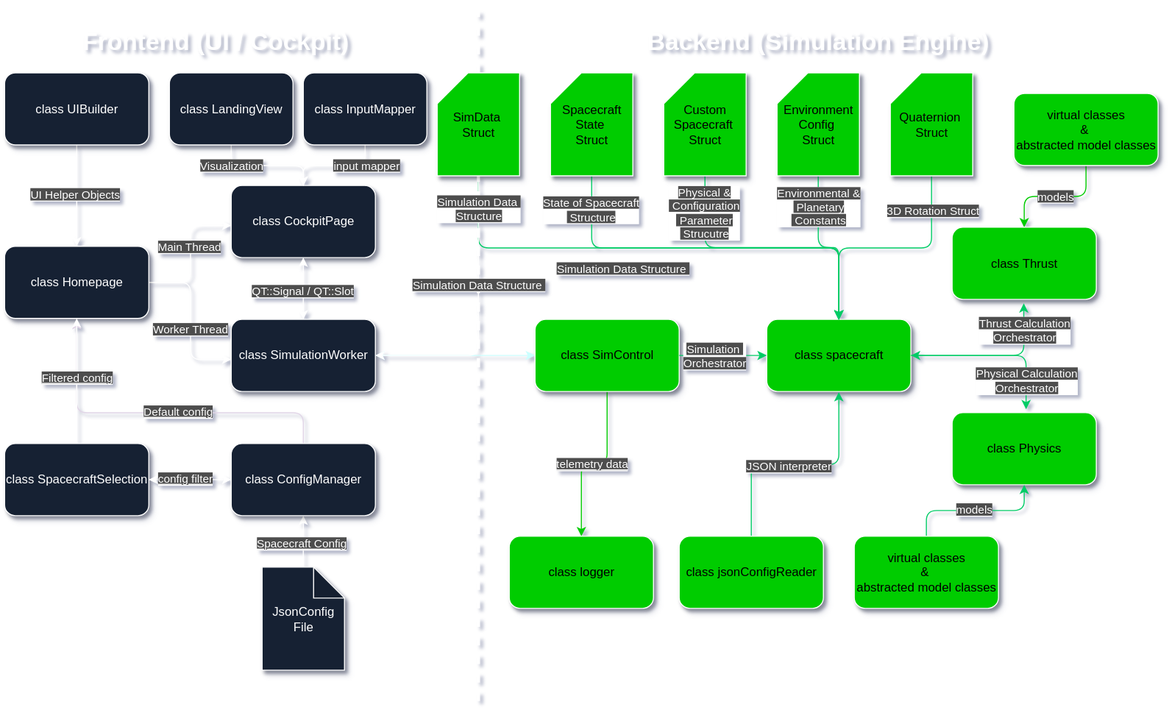
Before: static/img/architecture/architecture.drawio.svg, a diagram exported from draw.io (gerd-lrt-dev/aerospace-simulation). Source tidied: cells renumbered, new cells last; positions are measured from the earlier drawing's top-left corner, leaving out a move shared by most shapes.
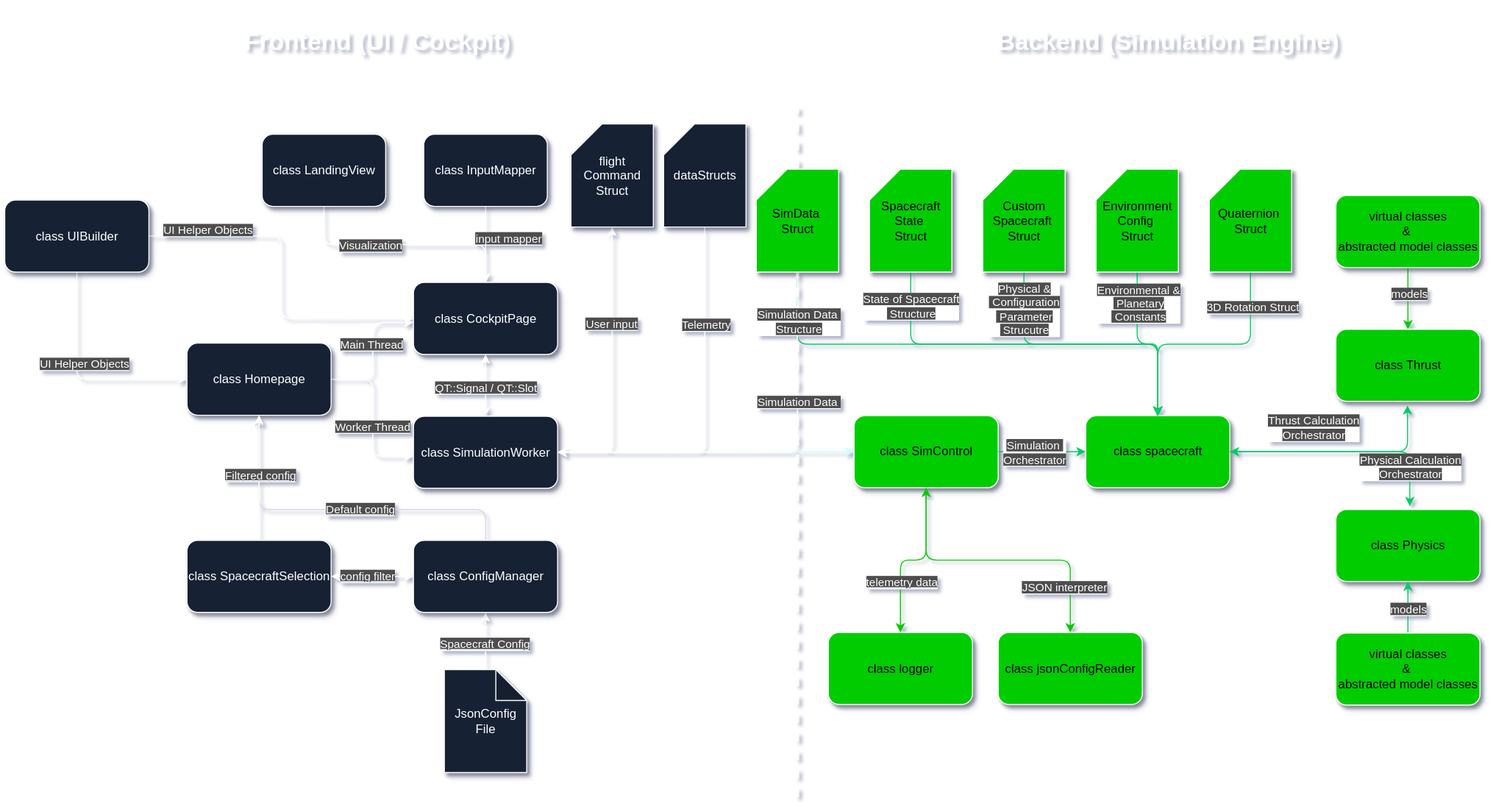
The same file after the commit.

Diff of the diagram source:
```diff
@@ -5,6 +5,6 @@
     <mxCell id="2" value="&lt;font style=&quot;color: rgb(255, 255, 255);&quot;&gt;class SimulationWorker&lt;/font&gt;" style="rounded=1;whiteSpace=wrap;html=1;strokeColor=#FFFFFF;fillColor=#162133;shadow=1;" parent="1" vertex="1">
-      <mxGeometry x="220" y="309.4" width="140" height="70" as="geometry" />
+      <mxGeometry x="397" y="413.9" width="140" height="70" as="geometry" />
     </mxCell>
     <mxCell id="3" value="&lt;font style=&quot;color: rgb(255, 255, 255);&quot;&gt;class CockpitPage&lt;/font&gt;" style="rounded=1;whiteSpace=wrap;html=1;strokeColor=#FFFFFF;fillColor=#162133;shadow=1;" parent="1" vertex="1">
-      <mxGeometry x="220" y="179.4" width="140" height="70" as="geometry" />
+      <mxGeometry x="397" y="283.9" width="140" height="70" as="geometry" />
     </mxCell>
@@ -12,3 +12,3 @@
       <mxGeometry relative="1" as="geometry">
-        <mxPoint x="140" y="273.4" as="sourcePoint" />
+        <mxPoint x="317" y="377.9" as="sourcePoint" />
       </mxGeometry>
@@ -22,3 +22,3 @@
       <mxGeometry relative="1" as="geometry">
-        <mxPoint x="140" y="273.4" as="sourcePoint" />
+        <mxPoint x="317" y="377.9" as="sourcePoint" />
       </mxGeometry>
@@ -44,3 +44,3 @@
     <mxCell id="13" value="class SimControl" style="rounded=1;whiteSpace=wrap;html=1;strokeColor=#FFFFFF;fillColor=#00CC00;shadow=1;" parent="1" vertex="1">
-      <mxGeometry x="515" y="309.4" width="140" height="70" as="geometry" />
+      <mxGeometry x="825" y="413.3" width="140" height="70" as="geometry" />
     </mxCell>
@@ -51,3 +51,3 @@
       <mxGeometry relative="1" as="geometry">
-        <mxPoint x="460" y="10" as="targetPoint" />
+        <mxPoint x="770" y="113.9" as="targetPoint" />
       </mxGeometry>
@@ -58,9 +58,9 @@
     <mxCell id="17" value="class Thrust" style="rounded=1;whiteSpace=wrap;html=1;strokeColor=#FFFFFF;fillColor=#00CC00;shadow=1;" parent="1" vertex="1">
-      <mxGeometry x="920" y="220" width="140" height="70" as="geometry" />
+      <mxGeometry x="1293" y="329.4" width="140" height="70" as="geometry" />
     </mxCell>
     <mxCell id="18" value="class spacecraft" style="rounded=1;whiteSpace=wrap;html=1;strokeColor=#FFFFFF;fillColor=#00CC00;shadow=1;" parent="1" vertex="1">
-      <mxGeometry x="740" y="309.4" width="140" height="70" as="geometry" />
+      <mxGeometry x="1050" y="413.3" width="140" height="70" as="geometry" />
     </mxCell>
     <mxCell id="19" value="&lt;font style=&quot;color: rgb(255, 255, 255);&quot;&gt;class Homepage&lt;/font&gt;" style="rounded=1;whiteSpace=wrap;html=1;strokeColor=#FFFFFF;fillColor=#162133;shadow=1;" parent="1" vertex="1">
-      <mxGeometry y="238.4" width="140" height="70" as="geometry" />
+      <mxGeometry x="177" y="342.9" width="140" height="70" as="geometry" />
     </mxCell>
@@ -73,3 +73,3 @@
     <mxCell id="22" value="class Physics" style="rounded=1;whiteSpace=wrap;html=1;strokeColor=#FFFFFF;fillColor=#00CC00;shadow=1;" parent="1" vertex="1">
-      <mxGeometry x="920" y="400" width="140" height="70" as="geometry" />
+      <mxGeometry x="1293" y="504.4" width="140" height="70" as="geometry" />
     </mxCell>
@@ -91,6 +91,6 @@
     <mxCell id="28" value="&lt;h1&gt;&lt;b&gt;&lt;font style=&quot;color: rgb(255, 255, 255);&quot;&gt;Frontend (UI / Cockpit)&lt;/font&gt;&lt;/b&gt;&lt;/h1&gt;" style="text;html=1;align=center;verticalAlign=middle;whiteSpace=wrap;rounded=0;fillColor=none;" parent="1" vertex="1">
-      <mxGeometry x="50" width="310" height="80" as="geometry" />
+      <mxGeometry x="207" y="10" width="310" height="80" as="geometry" />
     </mxCell>
     <mxCell id="29" value="&lt;h1&gt;&lt;b&gt;&lt;font style=&quot;color: rgb(255, 255, 255);&quot;&gt;Backend (Simulation Engine)&lt;/font&gt;&lt;/b&gt;&lt;/h1&gt;" style="text;html=1;align=center;verticalAlign=middle;whiteSpace=wrap;rounded=0;fillColor=none;" parent="1" vertex="1">
-      <mxGeometry x="610" width="360" height="80" as="geometry" />
+      <mxGeometry x="950" y="10" width="360" height="80" as="geometry" />
     </mxCell>
@@ -103,3 +103,3 @@
     <mxCell id="32" value="&lt;font style=&quot;color: rgb(255, 255, 255);&quot;&gt;JsonConfig&lt;/font&gt;&lt;div&gt;&lt;font style=&quot;color: rgb(255, 255, 255);&quot;&gt;File&lt;/font&gt;&lt;/div&gt;" style="shape=note;whiteSpace=wrap;html=1;backgroundOutline=1;darkOpacity=0.05;strokeColor=#FFFFFF;fillColor=#162133;shadow=1;" parent="1" vertex="1">
-      <mxGeometry x="250" y="550" width="80" height="100" as="geometry" />
+      <mxGeometry x="427" y="660" width="80" height="100" as="geometry" />
     </mxCell>
@@ -114,12 +114,12 @@
     <mxCell id="35" value="&lt;font style=&quot;color: rgb(255, 255, 255);&quot;&gt;class LandingView&lt;/font&gt;" style="rounded=1;whiteSpace=wrap;html=1;strokeColor=#FFFFFF;fillColor=#162133;shadow=1;" parent="1" vertex="1">
-      <mxGeometry x="160" y="70" width="120" height="70" as="geometry" />
+      <mxGeometry x="250" y="140" width="120" height="70" as="geometry" />
     </mxCell>
+    <mxCell id="80" style="edgeStyle=orthogonalEdgeStyle;rounded=1;jettySize=auto;html=1;exitX=1;exitY=0.5;exitDx=0;exitDy=0;entryX=0;entryY=0.5;entryDx=0;entryDy=0;curved=0;strokeColor=#FFFFFF;" parent="1" edge="1" source="38" target="3">
+      <mxGeometry relative="1" as="geometry" />
+    </mxCell>
-    <mxCell id="36" style="edgeStyle=orthogonalEdgeStyle;jettySize=auto;html=1;exitX=0.5;exitY=1;exitDx=0;exitDy=0;entryX=0.5;entryY=0;entryDx=0;entryDy=0;strokeColor=#FFFFFF;fillColor=#6a00ff;" parent="1" edge="1" source="38" target="19">
+    <mxCell id="36" style="edgeStyle=orthogonalEdgeStyle;rounded=1;jettySize=auto;html=1;exitX=0.5;exitY=1;exitDx=0;exitDy=0;entryX=0;entryY=0.5;entryDx=0;entryDy=0;curved=0;strokeColor=#FFFFFF;" parent="1" edge="1" source="38" target="19">
       <mxGeometry relative="1" as="geometry" />
     </mxCell>
-    <mxCell id="37" value="&lt;span style=&quot;background-color: rgb(77, 77, 77);&quot;&gt;&lt;font style=&quot;color: rgb(255, 255, 255);&quot;&gt;UI Helper Objects&lt;/font&gt;&lt;/span&gt;" style="edgeLabel;html=1;align=center;verticalAlign=middle;strokeColor=#FFFFFF;fontColor=#3333FF;fillColor=#182E3E;fontFamily=Helvetica;fontSize=11;labelBackgroundColor=default;gradientColor=none;" parent="36" vertex="1">
-      <mxGeometry x="-0.03" y="-2" relative="1" as="geometry" />
-    </mxCell>
     <mxCell id="38" value="&lt;font style=&quot;color: rgb(255, 255, 255);&quot;&gt;class UIBuilder&lt;/font&gt;" style="rounded=1;whiteSpace=wrap;html=1;strokeColor=#FFFFFF;fillColor=#162133;shadow=1;" parent="1" vertex="1">
-      <mxGeometry y="70" width="140" height="70" as="geometry" />
+      <mxGeometry y="203.9" width="140" height="70" as="geometry" />
     </mxCell>
@@ -132,3 +132,3 @@
     <mxCell id="41" value="Custom Spacecraft&amp;nbsp;&lt;div&gt;Struct&lt;/div&gt;" style="shape=card;whiteSpace=wrap;html=1;strokeColor=#FFFFFF;fillColor=#00CC00;shadow=1;" parent="1" vertex="1">
-      <mxGeometry x="640" y="70" width="80" height="100" as="geometry" />
+      <mxGeometry x="950" y="173.9" width="80" height="100" as="geometry" />
     </mxCell>
@@ -143,3 +143,3 @@
     <mxCell id="44" value="Environment Config&amp;nbsp;&lt;div&gt;Struct&lt;/div&gt;" style="shape=card;whiteSpace=wrap;html=1;strokeColor=#FFFFFF;fillColor=#00CC00;shadow=1;" parent="1" vertex="1">
-      <mxGeometry x="750" y="70" width="80" height="100" as="geometry" />
+      <mxGeometry x="1060" y="173.9" width="80" height="100" as="geometry" />
     </mxCell>
@@ -147,3 +147,3 @@
       <mxGeometry relative="1" as="geometry">
-        <mxPoint x="810" y="310" as="targetPoint" />
+        <mxPoint x="1120" y="413.9" as="targetPoint" />
       </mxGeometry>
@@ -152,3 +152,3 @@
       <mxGeometry relative="1" as="geometry">
-        <mxPoint x="460" y="680" as="sourcePoint" />
+        <mxPoint x="770" y="783.9" as="sourcePoint" />
       </mxGeometry>
@@ -158,4 +158,6 @@
     </mxCell>
-    <mxCell id="48" value="&lt;font style=&quot;color: rgb(255, 255, 255); background-color: rgb(77, 77, 77);&quot;&gt;Simulation Data Structure&amp;nbsp;&lt;/font&gt;" style="edgeLabel;html=1;align=center;verticalAlign=middle;strokeColor=#FFFFFF;fontColor=#CC0066;fillColor=#182E3E;" parent="47" vertex="1">
-      <mxGeometry x="-0.23" relative="1" as="geometry" />
+    <mxCell id="48" value="&lt;font style=&quot;color: rgb(255, 255, 255); background-color: rgb(77, 77, 77);&quot;&gt;Simulation Data&amp;nbsp;&lt;/font&gt;" style="edgeLabel;html=1;align=center;verticalAlign=middle;strokeColor=#FFFFFF;fontColor=#CC0066;fillColor=#182E3E;" parent="47" vertex="1">
+      <mxGeometry x="-0.23" relative="1" as="geometry">
+        <mxPoint y="-31" as="offset" />
+      </mxGeometry>
     </mxCell>
@@ -165,3 +167,3 @@
     <mxCell id="50" value="SimData&amp;nbsp;&lt;div&gt;Struct&lt;/div&gt;" style="shape=card;whiteSpace=wrap;html=1;strokeColor=#FFFFFF;fillColor=#00CC00;shadow=1;" parent="1" vertex="1">
-      <mxGeometry x="420" y="70" width="80" height="100" as="geometry" />
+      <mxGeometry x="730" y="173.9" width="80" height="100" as="geometry" />
     </mxCell>
@@ -169,3 +171,3 @@
       <mxGeometry relative="1" as="geometry">
-        <mxPoint x="810" y="310" as="targetPoint" />
+        <mxPoint x="1120" y="413.9" as="targetPoint" />
       </mxGeometry>
@@ -176,3 +178,3 @@
     <mxCell id="53" value="Spacecraft State&amp;nbsp;&lt;div&gt;Struct&lt;/div&gt;" style="shape=card;whiteSpace=wrap;html=1;strokeColor=#FFFFFF;fillColor=#00CC00;shadow=1;" parent="1" vertex="1">
-      <mxGeometry x="530" y="70" width="80" height="100" as="geometry" />
+      <mxGeometry x="840" y="173.9" width="80" height="100" as="geometry" />
     </mxCell>
@@ -185,3 +187,3 @@
     <mxCell id="56" value="virtual classes&lt;div&gt;&amp;amp;&amp;nbsp;&lt;/div&gt;&lt;div&gt;abstracted model classes&lt;/div&gt;" style="rounded=1;whiteSpace=wrap;html=1;strokeColor=#FFFFFF;fillColor=#00CC00;shadow=1;" parent="1" vertex="1">
-      <mxGeometry x="825" y="520" width="140" height="70" as="geometry" />
+      <mxGeometry x="1293" y="624.4" width="140" height="70" as="geometry" />
     </mxCell>
@@ -189,6 +191,6 @@
       <mxGeometry relative="1" as="geometry">
-        <mxPoint x="900" y="150" as="sourcePoint" />
+        <mxPoint x="1210" y="253.9" as="sourcePoint" />
         <Array as="points">
-          <mxPoint x="900" y="240" />
-          <mxPoint x="810" y="240" />
+          <mxPoint x="1210" y="343.9" />
+          <mxPoint x="1120" y="343.9" />
         </Array>
@@ -200,20 +202,12 @@
     <mxCell id="59" value="Quaternion&amp;nbsp;&lt;div&gt;Struct&lt;/div&gt;" style="shape=card;whiteSpace=wrap;html=1;strokeColor=#FFFFFF;fillColor=#00CC00;shadow=1;" parent="1" vertex="1">
-      <mxGeometry x="860" y="70" width="80" height="100" as="geometry" />
+      <mxGeometry x="1170" y="173.9" width="80" height="100" as="geometry" />
     </mxCell>
-    <mxCell id="60" style="edgeStyle=orthogonalEdgeStyle;jettySize=auto;html=1;exitX=0.5;exitY=0;exitDx=0;exitDy=0;strokeColor=#00CC66;fillColor=#e51400;" parent="1" edge="1" source="62">
-      <mxGeometry relative="1" as="geometry">
-        <mxPoint x="810" y="380" as="targetPoint" />
-      </mxGeometry>
-    </mxCell>
-    <mxCell id="61" value="&lt;font style=&quot;color: rgb(255, 255, 255); background-color: rgb(77, 77, 77);&quot;&gt;JSON interpreter&lt;/font&gt;" style="edgeLabel;html=1;align=center;verticalAlign=middle;strokeColor=#FFFFFF;fontColor=#FFFFFF;fillColor=#182E3E;" parent="60" vertex="1">
-      <mxGeometry x="-0.07" y="-1" relative="1" as="geometry" />
-    </mxCell>
+    <mxCell id="81" style="edgeStyle=orthogonalEdgeStyle;rounded=1;jettySize=auto;html=1;exitX=0.5;exitY=0;exitDx=0;exitDy=0;entryX=0.5;entryY=1;entryDx=0;entryDy=0;curved=0;startArrow=classic;startFill=1;strokeColor=#00CC00;" parent="1" edge="1" source="62" target="13">
+      <mxGeometry relative="1" as="geometry" />
+    </mxCell>
     <mxCell id="62" value="class jsonConfigReader" style="rounded=1;whiteSpace=wrap;html=1;strokeColor=#FFFFFF;fillColor=#00CC00;shadow=1;" parent="1" vertex="1">
-      <mxGeometry x="655" y="520" width="140" height="70" as="geometry" />
+      <mxGeometry x="965" y="623.9" width="140" height="70" as="geometry" />
     </mxCell>
-    <mxCell id="63" value="&lt;font style=&quot;color: rgb(255, 255, 255); background-color: rgb(77, 77, 77);&quot;&gt;Simulation Data Structure&amp;nbsp;&lt;/font&gt;" style="edgeLabel;html=1;align=center;verticalAlign=middle;strokeColor=#FFFFFF;fontColor=#CC0066;fillColor=#182E3E;" parent="1" vertex="1">
-      <mxGeometry x="600" y="260" as="geometry" />
-    </mxCell>
     <mxCell id="64" value="&lt;font style=&quot;color: rgb(255, 255, 255);&quot;&gt;class SpacecraftSelection&lt;/font&gt;" style="rounded=1;whiteSpace=wrap;html=1;strokeColor=#FFFFFF;fillColor=#162133;shadow=1;" parent="1" vertex="1">
-      <mxGeometry y="430" width="140" height="70" as="geometry" />
+      <mxGeometry x="177" y="534.4" width="140" height="70" as="geometry" />
     </mxCell>
@@ -221,6 +215,6 @@
       <mxGeometry relative="1" as="geometry">
-        <mxPoint x="70" y="310" as="targetPoint" />
+        <mxPoint x="247" y="414.4" as="targetPoint" />
         <Array as="points">
-          <mxPoint x="290" y="400" />
-          <mxPoint x="70" y="400" />
+          <mxPoint x="467" y="504.4" />
+          <mxPoint x="247" y="504.4" />
         </Array>
@@ -232,3 +226,3 @@
     <mxCell id="67" value="&lt;font style=&quot;color: rgb(255, 255, 255);&quot;&gt;class ConfigManager&lt;/font&gt;" style="rounded=1;whiteSpace=wrap;html=1;strokeColor=#FFFFFF;fillColor=#162133;shadow=1;" parent="1" vertex="1">
-      <mxGeometry x="220" y="430" width="140" height="70" as="geometry" />
+      <mxGeometry x="397" y="534.4" width="140" height="70" as="geometry" />
     </mxCell>
@@ -247,15 +241,15 @@
     <mxCell id="72" value="class logger" style="rounded=1;whiteSpace=wrap;html=1;strokeColor=#FFFFFF;fillColor=#00CC00;shadow=1;" parent="1" vertex="1">
-      <mxGeometry x="490" y="520" width="140" height="70" as="geometry" />
+      <mxGeometry x="800" y="623.9" width="140" height="70" as="geometry" />
     </mxCell>
     <mxCell id="73" value="&lt;font style=&quot;color: rgb(255, 255, 255); background-color: rgb(77, 77, 77);&quot;&gt;&lt;u&gt;telemetry data&lt;/u&gt;&lt;/font&gt;" style="edgeLabel;html=1;align=center;verticalAlign=middle;" parent="1" vertex="1">
-      <mxGeometry x="570" y="450" as="geometry" />
+      <mxGeometry x="870" y="574.4" as="geometry" />
     </mxCell>
     <mxCell id="74" value="&lt;font style=&quot;color: rgb(255, 255, 255); background-color: rgb(77, 77, 77);&quot;&gt;Thrust Calculation&lt;/font&gt;&lt;div&gt;&lt;font style=&quot;color: rgb(255, 255, 255); background-color: rgb(77, 77, 77);&quot;&gt;Orchestrator&lt;/font&gt;&lt;/div&gt;" style="edgeLabel;html=1;align=center;verticalAlign=middle;" parent="1" vertex="1">
-      <mxGeometry x="990" y="320" as="geometry" />
+      <mxGeometry x="1270" y="424.4" as="geometry" />
     </mxCell>
     <mxCell id="75" value="virtual classes&lt;div&gt;&amp;amp;&amp;nbsp;&lt;/div&gt;&lt;div&gt;abstracted model classes&lt;/div&gt;" style="rounded=1;whiteSpace=wrap;html=1;strokeColor=#FFFFFF;fillColor=#00CC00;shadow=1;" parent="1" vertex="1">
-      <mxGeometry x="980" y="90" width="140" height="70" as="geometry" />
+      <mxGeometry x="1293" y="199.4" width="140" height="70" as="geometry" />
     </mxCell>
     <mxCell id="76" value="&lt;font style=&quot;color: rgb(255, 255, 255); background-color: rgb(77, 77, 77);&quot;&gt;models&lt;/font&gt;" style="edgeLabel;html=1;align=center;verticalAlign=middle;strokeColor=#FFFFFF;fontColor=#FFFFFF;fillColor=#182E3E;" parent="1" vertex="1">
-      <mxGeometry x="1020" y="190" as="geometry" />
+      <mxGeometry x="1363" y="294.4" as="geometry" />
     </mxCell>
@@ -263,3 +257,3 @@
       <mxGeometry relative="1" as="geometry">
-        <mxPoint x="290" y="180" as="targetPoint" />
+        <mxPoint x="467" y="284.4" as="targetPoint" />
       </mxGeometry>
@@ -272,4 +266,37 @@
     <mxCell id="79" value="&lt;font style=&quot;color: rgb(255, 255, 255);&quot;&gt;class InputMapper&lt;/font&gt;" style="rounded=1;whiteSpace=wrap;html=1;strokeColor=#FFFFFF;fillColor=#162133;shadow=1;" parent="1" vertex="1">
-      <mxGeometry x="290" y="70" width="120" height="70" as="geometry" />
+      <mxGeometry x="407" y="140" width="120" height="70" as="geometry" />
     </mxCell>
+    <mxCell id="82" value="&lt;span style=&quot;color: rgb(255, 255, 255); background-color: rgb(77, 77, 77);&quot;&gt;UI Helper Objects&lt;/span&gt;" style="edgeLabel;html=1;align=center;verticalAlign=middle;strokeColor=#FFFFFF;fontColor=#3333FF;fillColor=#182E3E;fontFamily=Helvetica;fontSize=11;labelBackgroundColor=default;gradientColor=none;" parent="1" vertex="1">
+      <mxGeometry x="50" y="429.4" as="geometry">
+        <mxPoint x="26" y="-67" as="offset" />
+      </mxGeometry>
+    </mxCell>
+    <mxCell id="83" value="&lt;span style=&quot;color: rgb(255, 255, 255); background-color: rgb(77, 77, 77);&quot;&gt;UI Helper Objects&lt;/span&gt;" style="edgeLabel;html=1;align=center;verticalAlign=middle;strokeColor=#FFFFFF;fontColor=#3333FF;fillColor=#182E3E;fontFamily=Helvetica;fontSize=11;labelBackgroundColor=default;gradientColor=none;" parent="1" vertex="1">
+      <mxGeometry x="170" y="299.4" as="geometry">
+        <mxPoint x="26" y="-67" as="offset" />
+      </mxGeometry>
+    </mxCell>
+    <mxCell id="84" style="edgeStyle=orthogonalEdgeStyle;rounded=1;jettySize=auto;html=1;exitX=0.5;exitY=1;exitDx=0;exitDy=0;exitPerimeter=0;entryX=1;entryY=0.5;entryDx=0;entryDy=0;strokeColor=#FFFFFF;curved=0;startArrow=classic;startFill=1;" parent="1" edge="1" source="86" target="2">
+      <mxGeometry relative="1" as="geometry" />
+    </mxCell>
+    <mxCell id="85" value="&lt;font style=&quot;color: rgb(255, 255, 255); background-color: rgb(77, 77, 77);&quot;&gt;User input&lt;/font&gt;" style="edgeLabel;html=1;align=center;verticalAlign=middle;" parent="84" vertex="1">
+      <mxGeometry x="-0.32" y="-2" relative="1" as="geometry" />
+    </mxCell>
+    <mxCell id="86" value="&lt;font color=&quot;#ffffff&quot;&gt;flight&lt;/font&gt;&lt;div&gt;&lt;font color=&quot;#ffffff&quot;&gt;Command&lt;/font&gt;&lt;/div&gt;&lt;div&gt;&lt;font color=&quot;#ffffff&quot;&gt;Struct&lt;/font&gt;&lt;/div&gt;" style="shape=card;whiteSpace=wrap;html=1;strokeColor=#FFFFFF;fillColor=#162133;shadow=1;rounded=0;align=center;verticalAlign=middle;fontFamily=Helvetica;fontSize=12;fontColor=default;" parent="1" vertex="1">
+      <mxGeometry x="550" y="130" width="80" height="100" as="geometry" />
+    </mxCell>
+    <mxCell id="87" style="edgeStyle=orthogonalEdgeStyle;rounded=1;jettySize=auto;html=1;exitX=0.5;exitY=1;exitDx=0;exitDy=0;exitPerimeter=0;entryX=1;entryY=0.5;entryDx=0;entryDy=0;curved=0;strokeColor=#FFFFFF;" parent="1" edge="1" source="89" target="2">
+      <mxGeometry relative="1" as="geometry" />
+    </mxCell>
+    <mxCell id="88" value="&lt;font style=&quot;color: rgb(255, 255, 255); background-color: rgb(77, 77, 77);&quot;&gt;Telemetry&lt;/font&gt;" style="edgeLabel;html=1;align=center;verticalAlign=middle;" parent="87" vertex="1">
+      <mxGeometry x="-0.48" relative="1" as="geometry" />
+    </mxCell>
+    <mxCell id="89" value="&lt;font color=&quot;#ffffff&quot;&gt;dataStructs&lt;/font&gt;" style="shape=card;whiteSpace=wrap;html=1;strokeColor=#FFFFFF;fillColor=#162133;shadow=1;rounded=0;align=center;verticalAlign=middle;fontFamily=Helvetica;fontSize=12;fontColor=default;" parent="1" vertex="1">
+      <mxGeometry x="640" y="130" width="80" height="100" as="geometry" />
+    </mxCell>
+    <mxCell id="61" value="&lt;font style=&quot;color: rgb(255, 255, 255); background-color: rgb(77, 77, 77);&quot;&gt;JSON interpreter&lt;/font&gt;" style="edgeLabel;html=1;align=center;verticalAlign=middle;strokeColor=#FFFFFF;fontColor=#FFFFFF;fillColor=#182E3E;" parent="1" vertex="1">
+      <mxGeometry x="1130" y="574.4" as="geometry">
+        <mxPoint x="-102" y="5" as="offset" />
+      </mxGeometry>
+    </mxCell>
   </root>
```
